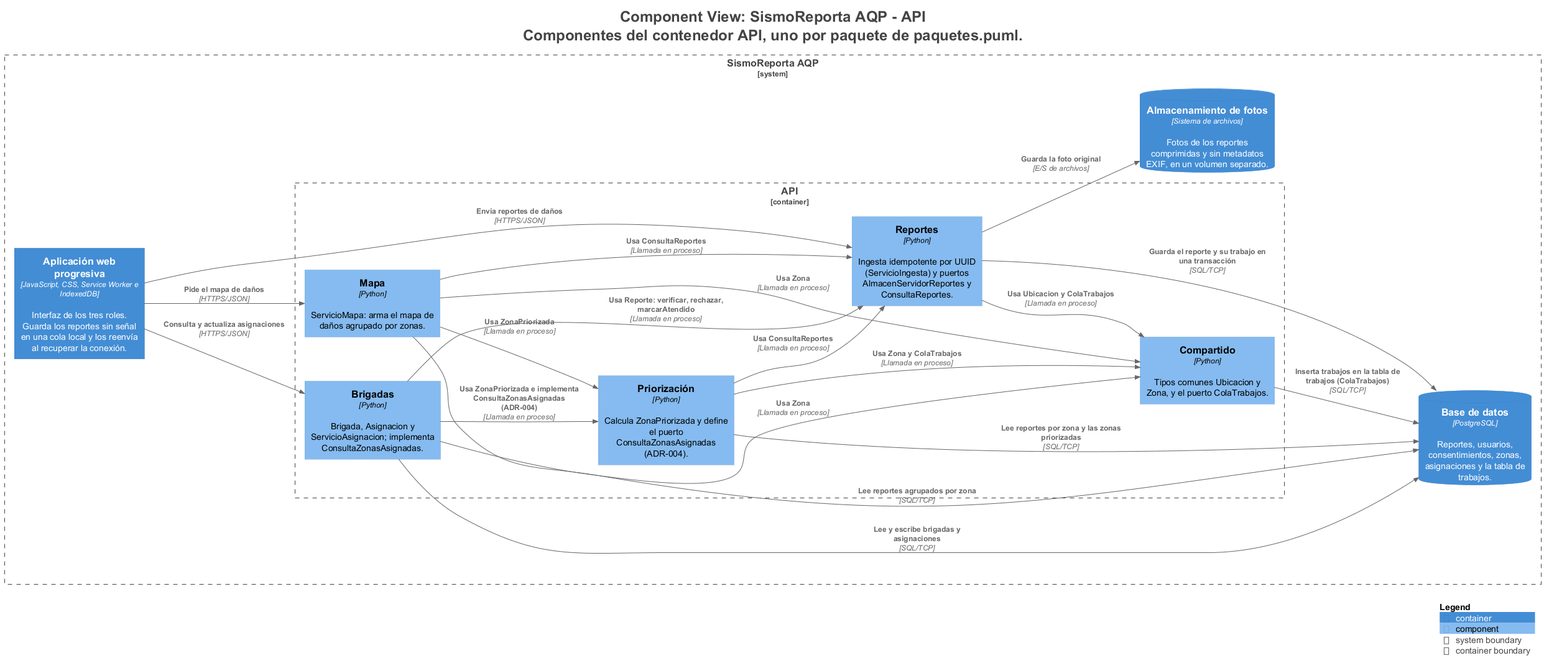
Earlier version of the PlantUML export docs/architecture/c4/img/structurizr-Componentes.png (DavidOliva06/cs-2026b-lab04-grupo06).
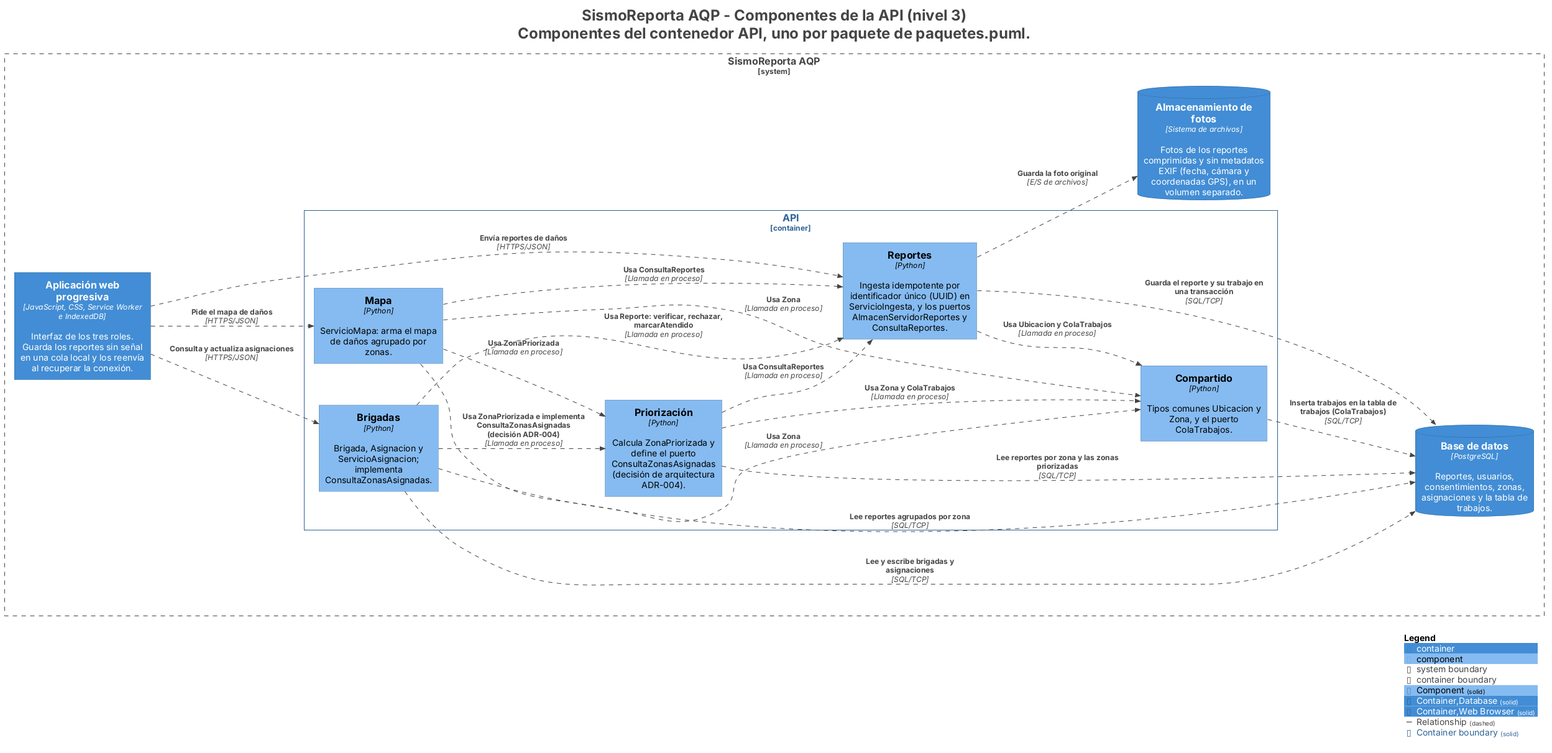
The same diagram one commit later.

What changed in the source:
```diff
@@ -1,5 +1,5 @@
 @startuml
-title <size:24>Component View: SismoReporta AQP - API</size>\n<size:24>Componentes del contenedor API, uno por paquete de paquetes.puml.</size>
+title <size:24>SismoReporta AQP - Componentes de la API (nivel 3)</size>\n<size:24>Componentes del contenedor API, uno por paquete de paquetes.puml.</size>
 
 set separator none
 left to right direction
@@ -16,38 +16,46 @@
 !include <C4/C4_Container>
 !include <C4/C4_Component>
 
-System_Boundary("SismoReportaAQP_boundary", "SismoReporta AQP", $tags="") {
-  Container_Boundary("SismoReportaAQP.API_boundary", "API", $tags="") {
-    Component(SismoReportaAQP.API.Brigadas, "Brigadas", $techn="Python", $descr="Brigada, Asignacion y ServicioAsignacion; implementa ConsultaZonasAsignadas.", $tags="", $link="")
-    Component(SismoReportaAQP.API.Mapa, "Mapa", $techn="Python", $descr="ServicioMapa: arma el mapa de daños agrupado por zonas.", $tags="", $link="")
-    Component(SismoReportaAQP.API.Compartido, "Compartido", $techn="Python", $descr="Tipos comunes Ubicacion y Zona, y el puerto ColaTrabajos.", $tags="", $link="")
-    Component(SismoReportaAQP.API.Reportes, "Reportes", $techn="Python", $descr="Ingesta idempotente por UUID (ServicioIngesta) y puertos AlmacenServidorReportes y ConsultaReportes.", $tags="", $link="")
-    Component(SismoReportaAQP.API.Priorización, "Priorización", $techn="Python", $descr="Calcula ZonaPriorizada y define el puerto ConsultaZonasAsignadas (ADR-004).", $tags="", $link="")
+AddElementTag("Component", $bgColor="#85bbf0", $borderColor="#5d82a8", $fontColor="#000000", $sprite="", $shadowing="", $borderStyle="solid")
+AddElementTag("Container,Database", $bgColor="#438dd5", $borderColor="#2e6295", $fontColor="#ffffff", $sprite="", $shadowing="", $borderStyle="solid")
+AddElementTag("Container,Web Browser", $bgColor="#438dd5", $borderColor="#2e6295", $fontColor="#ffffff", $sprite="", $shadowing="", $borderStyle="solid")
+
+AddRelTag("Relationship", $textColor="#444444", $lineColor="#444444", $lineStyle = DashedLine())
+
+AddBoundaryTag("Container", $bgColor="#ffffff", $borderColor="#2e6295", $fontColor="#2e6295", $shadowing="", $borderStyle="solid")
+
+System_Boundary("SismoReportaAQP_boundary", "SismoReporta AQP", $tags="Software System") {
+  Container_Boundary("SismoReportaAQP.API_boundary", "API", $tags="Container") {
+    Component(SismoReportaAQP.API.Brigadas, "Brigadas", $techn="Python", $descr="Brigada, Asignacion y ServicioAsignacion; implementa ConsultaZonasAsignadas.", $tags="Component", $link="")
+    Component(SismoReportaAQP.API.Mapa, "Mapa", $techn="Python", $descr="ServicioMapa: arma el mapa de daños agrupado por zonas.", $tags="Component", $link="")
+    Component(SismoReportaAQP.API.Compartido, "Compartido", $techn="Python", $descr="Tipos comunes Ubicacion y Zona, y el puerto ColaTrabajos.", $tags="Component", $link="")
+    Component(SismoReportaAQP.API.Reportes, "Reportes", $techn="Python", $descr="Ingesta idempotente por identificador único (UUID) en ServicioIngesta, y los puertos AlmacenServidorReportes y ConsultaReportes.", $tags="Component", $link="")
+    Component(SismoReportaAQP.API.Priorización, "Priorización", $techn="Python", $descr="Calcula ZonaPriorizada y define el puerto ConsultaZonasAsignadas (decisión de arquitectura ADR-004).", $tags="Component", $link="")
   }
 
-  ContainerDb(SismoReportaAQP.Basededatos, "Base de datos", $techn="PostgreSQL", $descr="Reportes, usuarios, consentimientos, zonas, asignaciones y la tabla de trabajos.", $tags="", $link="")
-  ContainerDb(SismoReportaAQP.Almacenamientodefotos, "Almacenamiento de fotos", $techn="Sistema de archivos", $descr="Fotos de los reportes comprimidas y sin metadatos EXIF, en un volumen separado.", $tags="", $link="")
-  Container(SismoReportaAQP.Aplicaciónwebprogresiva, "Aplicación web progresiva", $techn="JavaScript, CSS, Service Worker e IndexedDB", $descr="Interfaz de los tres roles. Guarda los reportes sin señal en una cola local y los reenvía al recuperar la conexión.", $tags="", $link="")
+  ContainerDb(SismoReportaAQP.Basededatos, "Base de datos", $techn="PostgreSQL", $descr="Reportes, usuarios, consentimientos, zonas, asignaciones y la tabla de trabajos.", $tags="Container,Database", $link="")
+  ContainerDb(SismoReportaAQP.Almacenamientodefotos, "Almacenamiento de fotos", $techn="Sistema de archivos", $descr="Fotos de los reportes comprimidas y sin metadatos EXIF (fecha, cámara y coordenadas GPS), en un volumen separado.", $tags="Container,Database", $link="")
+  Container(SismoReportaAQP.Aplicaciónwebprogresiva, "Aplicación web progresiva", $techn="JavaScript, CSS, Service Worker e IndexedDB", $descr="Interfaz de los tres roles. Guarda los reportes sin señal en una cola local y los reenvía al recuperar la conexión.", $tags="Container,Web Browser", $link="")
 }
 
-Rel(SismoReportaAQP.Aplicaciónwebprogresiva, SismoReportaAQP.API.Reportes, "Envía reportes de daños", $techn="HTTPS/JSON", $tags="", $link="")
-Rel(SismoReportaAQP.Aplicaciónwebprogresiva, SismoReportaAQP.API.Mapa, "Pide el mapa de daños", $techn="HTTPS/JSON", $tags="", $link="")
-Rel(SismoReportaAQP.Aplicaciónwebprogresiva, SismoReportaAQP.API.Brigadas, "Consulta y actualiza asignaciones", $techn="HTTPS/JSON", $tags="", $link="")
-Rel(SismoReportaAQP.API.Mapa, SismoReportaAQP.API.Priorización, "Usa ZonaPriorizada", $techn="Llamada en proceso", $tags="", $link="")
-Rel(SismoReportaAQP.API.Mapa, SismoReportaAQP.API.Reportes, "Usa ConsultaReportes", $techn="Llamada en proceso", $tags="", $link="")
-Rel(SismoReportaAQP.API.Mapa, SismoReportaAQP.API.Compartido, "Usa Zona", $techn="Llamada en proceso", $tags="", $link="")
-Rel(SismoReportaAQP.API.Brigadas, SismoReportaAQP.API.Priorización, "Usa ZonaPriorizada e implementa ConsultaZonasAsignadas (ADR-004)", $techn="Llamada en proceso", $tags="", $link="")
-Rel(SismoReportaAQP.API.Brigadas, SismoReportaAQP.API.Reportes, "Usa Reporte: verificar, rechazar, marcarAtendido", $techn="Llamada en proceso", $tags="", $link="")
-Rel(SismoReportaAQP.API.Brigadas, SismoReportaAQP.API.Compartido, "Usa Zona", $techn="Llamada en proceso", $tags="", $link="")
-Rel(SismoReportaAQP.API.Priorización, SismoReportaAQP.API.Reportes, "Usa ConsultaReportes", $techn="Llamada en proceso", $tags="", $link="")
-Rel(SismoReportaAQP.API.Priorización, SismoReportaAQP.API.Compartido, "Usa Zona y ColaTrabajos", $techn="Llamada en proceso", $tags="", $link="")
-Rel(SismoReportaAQP.API.Reportes, SismoReportaAQP.API.Compartido, "Usa Ubicacion y ColaTrabajos", $techn="Llamada en proceso", $tags="", $link="")
-Rel(SismoReportaAQP.API.Reportes, SismoReportaAQP.Basededatos, "Guarda el reporte y su trabajo en una transacción", $techn="SQL/TCP", $tags="", $link="")
-Rel(SismoReportaAQP.API.Reportes, SismoReportaAQP.Almacenamientodefotos, "Guarda la foto original", $techn="E/S de archivos", $tags="", $link="")
-Rel(SismoReportaAQP.API.Priorización, SismoReportaAQP.Basededatos, "Lee reportes por zona y las zonas priorizadas", $techn="SQL/TCP", $tags="", $link="")
-Rel(SismoReportaAQP.API.Brigadas, SismoReportaAQP.Basededatos, "Lee y escribe brigadas y asignaciones", $techn="SQL/TCP", $tags="", $link="")
-Rel(SismoReportaAQP.API.Mapa, SismoReportaAQP.Basededatos, "Lee reportes agrupados por zona", $techn="SQL/TCP", $tags="", $link="")
-Rel(SismoReportaAQP.API.Compartido, SismoReportaAQP.Basededatos, "Inserta trabajos en la tabla de trabajos (ColaTrabajos)", $techn="SQL/TCP", $tags="", $link="")
+Rel(SismoReportaAQP.Aplicaciónwebprogresiva, SismoReportaAQP.API.Reportes, "Envía reportes de daños", $techn="HTTPS/JSON", $tags="Relationship", $link="")
+Rel(SismoReportaAQP.Aplicaciónwebprogresiva, SismoReportaAQP.API.Mapa, "Pide el mapa de daños", $techn="HTTPS/JSON", $tags="Relationship", $link="")
+Rel(SismoReportaAQP.Aplicaciónwebprogresiva, SismoReportaAQP.API.Brigadas, "Consulta y actualiza asignaciones", $techn="HTTPS/JSON", $tags="Relationship", $link="")
+Rel(SismoReportaAQP.API.Mapa, SismoReportaAQP.API.Priorización, "Usa ZonaPriorizada", $techn="Llamada en proceso", $tags="Relationship", $link="")
+Rel(SismoReportaAQP.API.Mapa, SismoReportaAQP.API.Reportes, "Usa ConsultaReportes", $techn="Llamada en proceso", $tags="Relationship", $link="")
+Rel(SismoReportaAQP.API.Mapa, SismoReportaAQP.API.Compartido, "Usa Zona", $techn="Llamada en proceso", $tags="Relationship", $link="")
+Rel(SismoReportaAQP.API.Brigadas, SismoReportaAQP.API.Priorización, "Usa ZonaPriorizada e implementa ConsultaZonasAsignadas (decisión ADR-004)", $techn="Llamada en proceso", $tags="Relationship", $link="")
+Rel(SismoReportaAQP.API.Brigadas, SismoReportaAQP.API.Reportes, "Usa Reporte: verificar, rechazar, marcarAtendido", $techn="Llamada en proceso", $tags="Relationship", $link="")
+Rel(SismoReportaAQP.API.Brigadas, SismoReportaAQP.API.Compartido, "Usa Zona", $techn="Llamada en proceso", $tags="Relationship", $link="")
+Rel(SismoReportaAQP.API.Priorización, SismoReportaAQP.API.Reportes, "Usa ConsultaReportes", $techn="Llamada en proceso", $tags="Relationship", $link="")
+Rel(SismoReportaAQP.API.Priorización, SismoReportaAQP.API.Compartido, "Usa Zona y ColaTrabajos", $techn="Llamada en proceso", $tags="Relationship", $link="")
+Rel(SismoReportaAQP.API.Reportes, SismoReportaAQP.API.Compartido, "Usa Ubicacion y ColaTrabajos", $techn="Llamada en proceso", $tags="Relationship", $link="")
+Rel(SismoReportaAQP.API.Reportes, SismoReportaAQP.Basededatos, "Guarda el reporte y su trabajo en una transacción", $techn="SQL/TCP", $tags="Relationship", $link="")
+Rel(SismoReportaAQP.API.Reportes, SismoReportaAQP.Almacenamientodefotos, "Guarda la foto original", $techn="E/S de archivos", $tags="Relationship", $link="")
+Rel(SismoReportaAQP.API.Priorización, SismoReportaAQP.Basededatos, "Lee reportes por zona y las zonas priorizadas", $techn="SQL/TCP", $tags="Relationship", $link="")
+Rel(SismoReportaAQP.API.Brigadas, SismoReportaAQP.Basededatos, "Lee y escribe brigadas y asignaciones", $techn="SQL/TCP", $tags="Relationship", $link="")
+Rel(SismoReportaAQP.API.Mapa, SismoReportaAQP.Basededatos, "Lee reportes agrupados por zona", $techn="SQL/TCP", $tags="Relationship", $link="")
+Rel(SismoReportaAQP.API.Compartido, SismoReportaAQP.Basededatos, "Inserta trabajos en la tabla de trabajos (ColaTrabajos)", $techn="SQL/TCP", $tags="Relationship", $link="")
 
 SHOW_LEGEND(true)
 hide stereotypes
```
